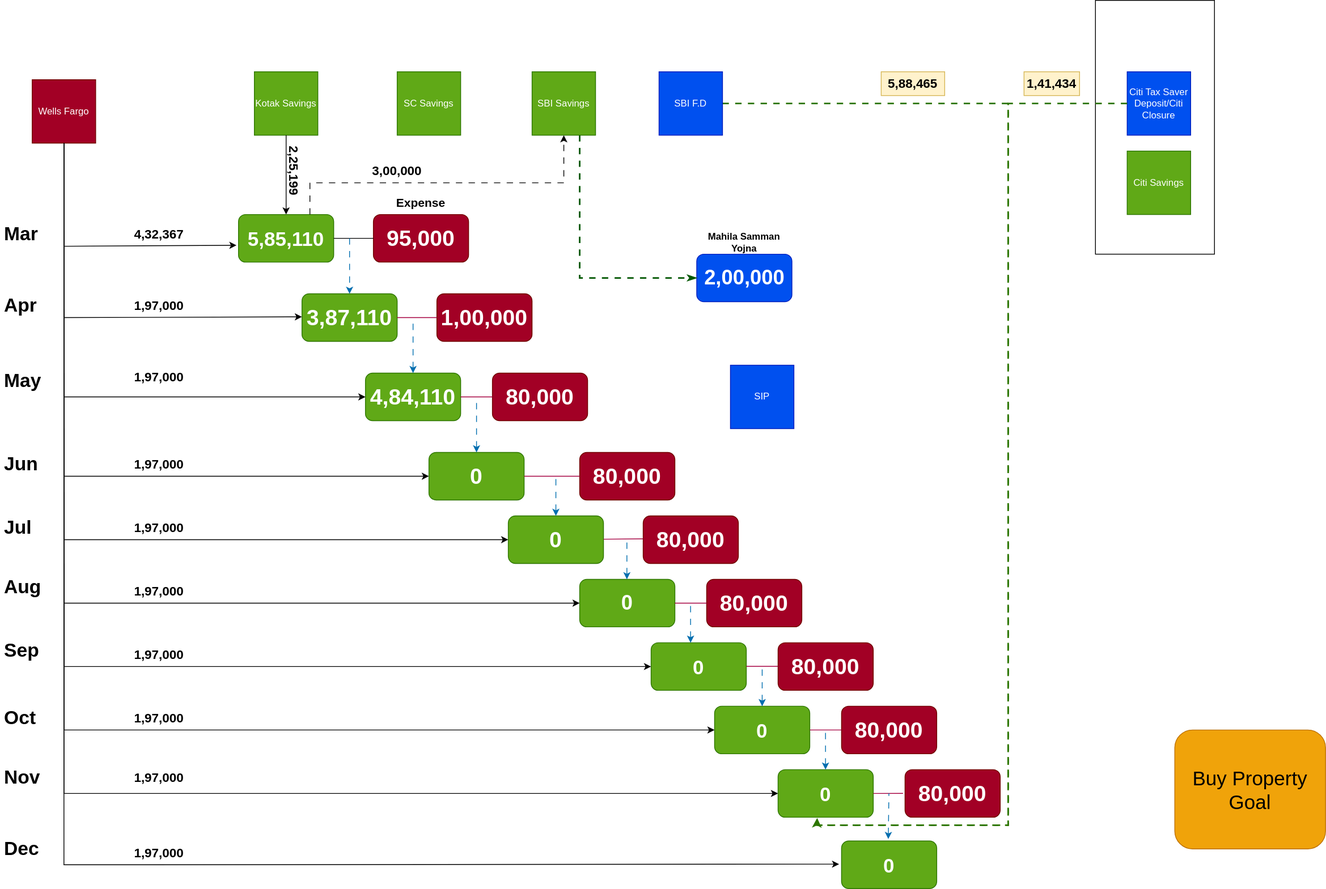
This is Investments.drawio.svg from uchiharizvi/design-diagrams, a draw.io export, as it was before one commit. Source tidied: cells renumbered, new cells last; positions are measured from the earlier drawing's top-left corner, leaving out a move shared by most shapes.
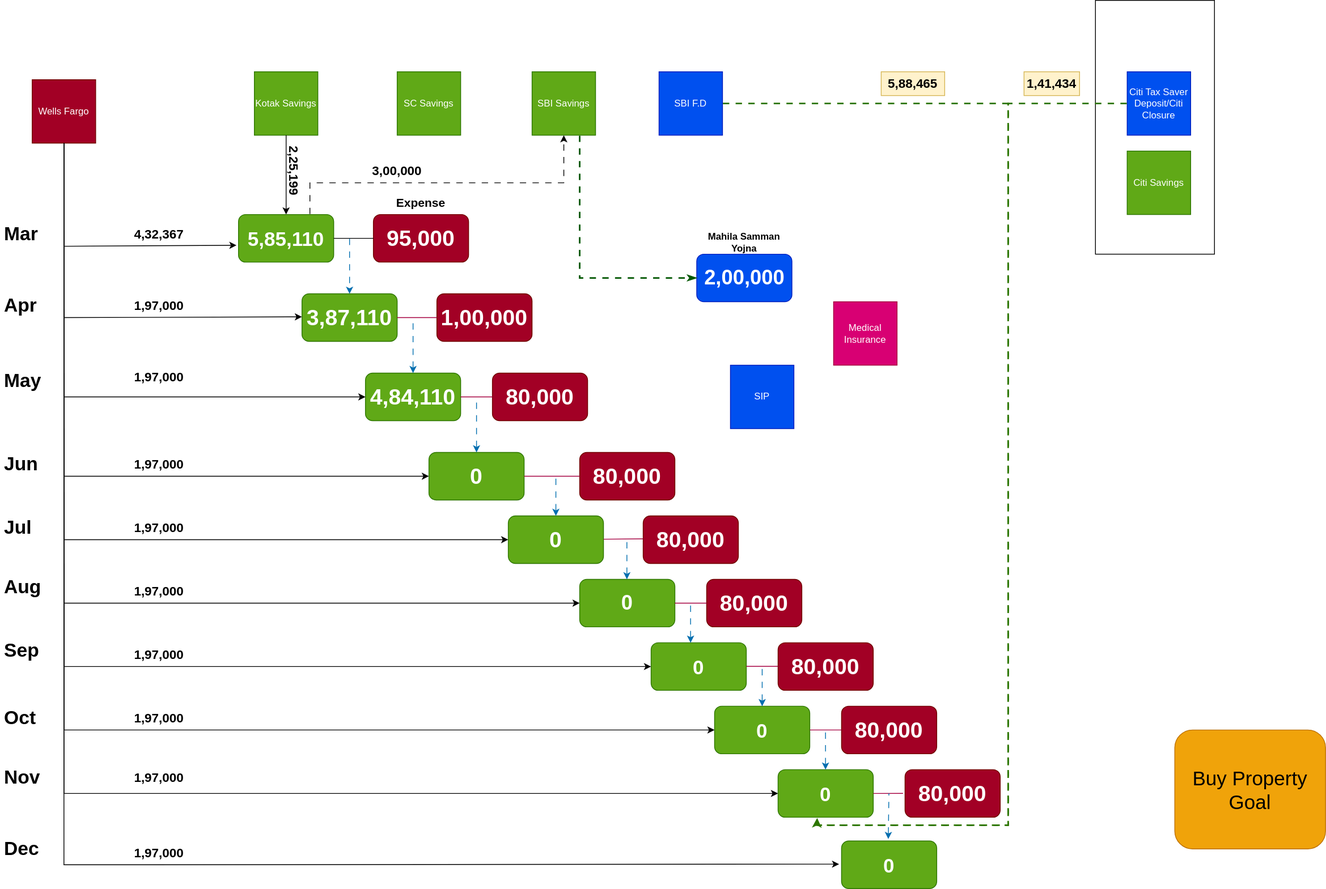
After the commit.

Change to the diagram source:
```diff
@@ -386,5 +386,8 @@
     <mxCell id="90" value="SIP" style="whiteSpace=wrap;html=1;fillColor=#0050ef;fontColor=#ffffff;strokeColor=#001DBC;" parent="1" vertex="1">
       <mxGeometry x="920" y="460" width="80" height="80" as="geometry" />
     </mxCell>
+    <mxCell id="91" value="Medical Insurance" style="whiteSpace=wrap;html=1;fillColor=#d80073;fontColor=#ffffff;strokeColor=#A50040;" parent="1" vertex="1">
+      <mxGeometry x="1050" y="380" width="80" height="80" as="geometry" />
+    </mxCell>
   </root>
 </mxGraphModel>
```
